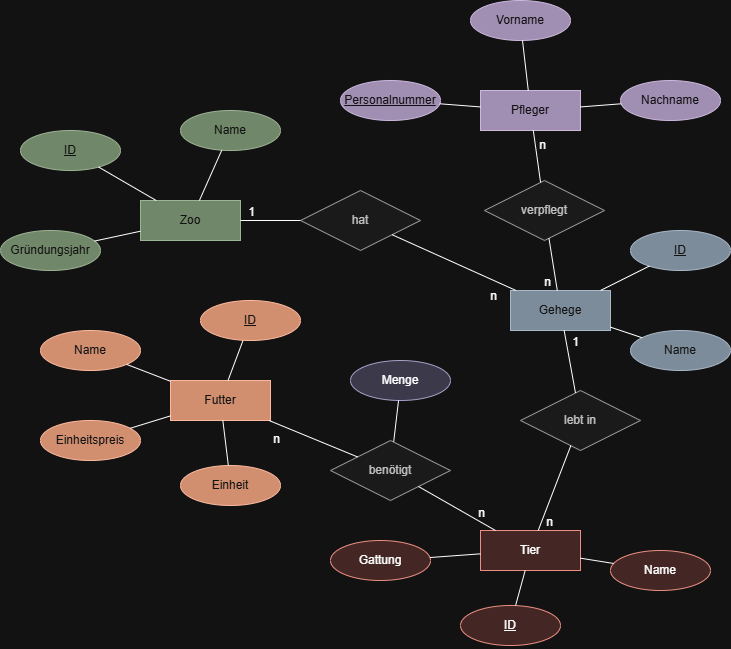
The draw.io diagram src/SabrinaFeurstein/aufgaben/Zoo/Teil 5 (ER-Diagramm)/Zoo_ER-Diagramm.png in zewas-digital/appdevhb25, before a commit. Source tidied: cells renumbered, new cells last; positions are measured from the earlier drawing's top-left corner, leaving out a move shared by most shapes.
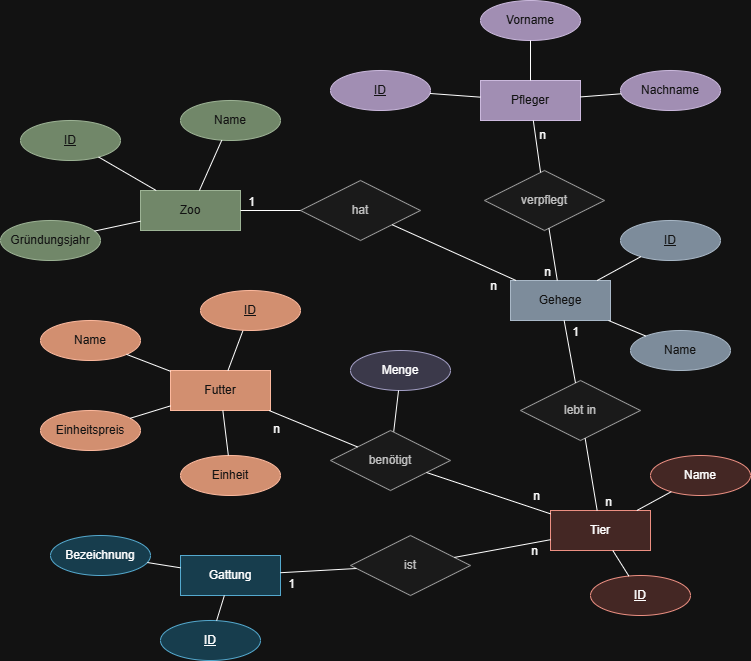
The same diagram one commit later.

Commit message:
Zoo: Gattungs-Tabelle wieder hinzugefügt

What changed in the source:
```diff
@@ -6,7 +6,7 @@
       <mxGeometry x="140" y="200" width="100" height="40" as="geometry" />
     </mxCell>
     <mxCell id="3" value="Tier" style="whiteSpace=wrap;html=1;align=center;fillColor=#fad9d5;strokeColor=#ae4132;" parent="1" vertex="1">
-      <mxGeometry x="480" y="530" width="100" height="40" as="geometry" />
+      <mxGeometry x="550" y="520" width="100" height="40" as="geometry" />
     </mxCell>
     <mxCell id="4" value="Pfleger" style="whiteSpace=wrap;html=1;align=center;fillColor=#76608a;fontColor=#ffffff;strokeColor=#432D57;" parent="1" vertex="1">
       <mxGeometry x="480" y="90" width="100" height="40" as="geometry" />
@@ -17,14 +17,20 @@
     <mxCell id="6" value="Gehege" style="whiteSpace=wrap;html=1;align=center;fillColor=#647687;strokeColor=#314354;fontColor=#ffffff;" parent="1" vertex="1">
       <mxGeometry x="510" y="290" width="100" height="40" as="geometry" />
     </mxCell>
+    <mxCell id="34" value="Gattung" style="whiteSpace=wrap;html=1;align=center;fillColor=#b1ddf0;strokeColor=#10739e;" parent="1" vertex="1">
+      <mxGeometry x="180" y="565" width="100" height="40" as="geometry" />
+    </mxCell>
     <mxCell id="7" value="Name" style="ellipse;whiteSpace=wrap;html=1;align=center;fillColor=#fad9d5;strokeColor=#ae4132;" parent="1" vertex="1">
-      <mxGeometry x="610" y="550" width="100" height="40" as="geometry" />
+      <mxGeometry x="650" y="465" width="100" height="40" as="geometry" />
     </mxCell>
+    <mxCell id="61" value="Bezeichnung" style="ellipse;whiteSpace=wrap;html=1;align=center;fillColor=#b1ddf0;strokeColor=#10739e;" parent="1" vertex="1">
+      <mxGeometry x="50" y="545" width="100" height="40" as="geometry" />
+    </mxCell>
     <mxCell id="8" value="Name" style="ellipse;whiteSpace=wrap;html=1;align=center;fillColor=#647687;strokeColor=#314354;fontColor=#ffffff;" parent="1" vertex="1">
-      <mxGeometry x="630" y="330" width="100" height="40" as="geometry" />
+      <mxGeometry x="630" y="340" width="100" height="40" as="geometry" />
     </mxCell>
     <mxCell id="9" value="Vorname" style="ellipse;whiteSpace=wrap;html=1;align=center;fillColor=#76608a;fontColor=#ffffff;strokeColor=#432D57;" parent="1" vertex="1">
-      <mxGeometry x="470" width="100" height="40" as="geometry" />
+      <mxGeometry x="480" y="10" width="100" height="40" as="geometry" />
     </mxCell>
     <mxCell id="10" value="Gründungsjahr" style="ellipse;whiteSpace=wrap;html=1;align=center;fillColor=#6d8764;fontColor=#ffffff;strokeColor=#3A5431;" parent="1" vertex="1">
       <mxGeometry y="230" width="100" height="40" as="geometry" />
@@ -33,16 +39,16 @@
       <mxGeometry x="180" y="110" width="100" height="40" as="geometry" />
     </mxCell>
     <mxCell id="12" value="ID" style="ellipse;whiteSpace=wrap;html=1;align=center;fontStyle=4;fillColor=#fad9d5;strokeColor=#ae4132;" parent="1" vertex="1">
-      <mxGeometry x="460" y="605" width="100" height="40" as="geometry" />
+      <mxGeometry x="590" y="585" width="100" height="40" as="geometry" />
     </mxCell>
-    <mxCell id="13" style="edgeStyle=orthogonalEdgeStyle;rounded=0;orthogonalLoop=1;jettySize=auto;html=1;strokeColor=#FFFFFF;fontColor=#FFFFFF;" parent="1" edge="1">
-      <mxGeometry relative="1" as="geometry">
-        <mxPoint x="230" y="640" as="sourcePoint" />
-        <mxPoint x="230" y="605" as="targetPoint" />
-      </mxGeometry>
+    <mxCell id="13" style="edgeStyle=orthogonalEdgeStyle;rounded=0;jettySize=auto;html=1;strokeColor=#FFFFFF;fontColor=#FFFFFF;" parent="1" edge="1" source="62" target="34">
+      <mxGeometry relative="1" as="geometry" />
     </mxCell>
+    <mxCell id="62" value="ID" style="ellipse;whiteSpace=wrap;html=1;align=center;fontStyle=4;fillColor=#b1ddf0;strokeColor=#10739e;" parent="1" vertex="1">
+      <mxGeometry x="160" y="630" width="100" height="40" as="geometry" />
+    </mxCell>
-    <mxCell id="14" value="Personalnummer" style="ellipse;whiteSpace=wrap;html=1;align=center;fontStyle=4;fillColor=#76608a;fontColor=#ffffff;strokeColor=#432D57;" parent="1" vertex="1">
-      <mxGeometry x="340" y="80" width="100" height="40" as="geometry" />
+    <mxCell id="14" value="ID" style="ellipse;whiteSpace=wrap;html=1;align=center;fontStyle=4;fillColor=#76608a;fontColor=#ffffff;strokeColor=#432D57;" parent="1" vertex="1">
+      <mxGeometry x="330" y="80" width="100" height="40" as="geometry" />
     </mxCell>
     <mxCell id="15" value="ID" style="ellipse;whiteSpace=wrap;html=1;align=center;fontStyle=4;fillColor=#6d8764;fontColor=#ffffff;strokeColor=#3A5431;" parent="1" vertex="1">
       <mxGeometry x="20" y="130" width="100" height="40" as="geometry" />
@@ -50,6 +56,9 @@
     <mxCell id="16" value="lebt in" style="shape=rhombus;perimeter=rhombusPerimeter;whiteSpace=wrap;html=1;align=center;fillColor=#f5f5f5;strokeColor=#666666;fontColor=#333333;" parent="1" vertex="1">
       <mxGeometry x="520" y="390" width="120" height="60" as="geometry" />
     </mxCell>
+    <mxCell id="63" value="ist" style="shape=rhombus;perimeter=rhombusPerimeter;whiteSpace=wrap;html=1;align=center;fillColor=#f5f5f5;strokeColor=#666666;fontColor=#333333;" parent="1" vertex="1">
+      <mxGeometry x="350" y="545" width="120" height="60" as="geometry" />
+    </mxCell>
     <mxCell id="17" value="hat" style="shape=rhombus;perimeter=rhombusPerimeter;whiteSpace=wrap;html=1;align=center;fillColor=#f5f5f5;strokeColor=#666666;fontColor=#333333;" parent="1" vertex="1">
       <mxGeometry x="300" y="190" width="120" height="60" as="geometry" />
     </mxCell>
@@ -88,7 +97,7 @@
       <mxGeometry relative="1" as="geometry" />
     </mxCell>
     <mxCell id="28" value="ID" style="ellipse;whiteSpace=wrap;html=1;align=center;fontStyle=4;fillColor=#647687;strokeColor=#314354;fontColor=#ffffff;" parent="1" vertex="1">
-      <mxGeometry x="630" y="230" width="100" height="40" as="geometry" />
+      <mxGeometry x="620" y="230" width="100" height="40" as="geometry" />
     </mxCell>
     <mxCell id="29" style="endArrow=none;html=1;rounded=0;" parent="1" edge="1" source="6" target="28">
       <mxGeometry relative="1" as="geometry" />
@@ -109,18 +118,34 @@
         <mxPoint x="16" as="offset" />
       </mxGeometry>
     </mxCell>
-    <mxCell id="34" value="Gattung" style="ellipse;whiteSpace=wrap;html=1;align=center;fillColor=#fad9d5;strokeColor=#ae4132;" parent="1" vertex="1">
-      <mxGeometry x="330" y="540" width="100" height="40" as="geometry" />
-    </mxCell>
     <mxCell id="35" style="endArrow=none;html=1;rounded=0;" parent="1" edge="1" source="7" target="3">
       <mxGeometry relative="1" as="geometry" />
     </mxCell>
     <mxCell id="36" style="endArrow=none;html=1;rounded=0;" parent="1" edge="1" source="12" target="3">
       <mxGeometry relative="1" as="geometry" />
     </mxCell>
-    <mxCell id="37" style="endArrow=none;html=1;rounded=0;" parent="1" edge="1" source="34" target="3">
-      <mxGeometry relative="1" as="geometry" />
-    </mxCell>
+    <mxCell id="64" style="endArrow=none;html=1;rounded=0;" parent="1" edge="1" source="61" target="34">
+      <mxGeometry relative="1" as="geometry" />
+    </mxCell>
+    <mxCell id="65" style="endArrow=none;html=1;rounded=0;" parent="1" edge="1" source="34" target="62">
+      <mxGeometry relative="1" as="geometry" />
+    </mxCell>
+    <mxCell id="66" style="endArrow=none;html=1;rounded=0;" parent="1" edge="1" source="63" target="34">
+      <mxGeometry relative="1" as="geometry" />
+    </mxCell>
+    <mxCell id="67" value="1" style="html=1;whiteSpace=wrap;align=right;verticalAlign=bottom;" parent="66" vertex="1">
+      <mxGeometry x="1" relative="1" as="geometry">
+        <mxPoint x="16" y="20" as="offset" />
+      </mxGeometry>
+    </mxCell>
+    <mxCell id="68" style="endArrow=none;html=1;rounded=0;" parent="1" edge="1" source="63" target="3">
+      <mxGeometry relative="1" as="geometry" />
+    </mxCell>
+    <mxCell id="69" value="n" style="html=1;whiteSpace=wrap;align=right;verticalAlign=bottom;" parent="68" vertex="1">
+      <mxGeometry x="1" relative="1" as="geometry">
+        <mxPoint x="-11" y="20" as="offset" />
+      </mxGeometry>
+    </mxCell>
     <mxCell id="38" value="Einheit" style="ellipse;whiteSpace=wrap;html=1;align=center;fillColor=#a0522d;strokeColor=#6D1F00;fontColor=#ffffff;" parent="1" vertex="1">
       <mxGeometry x="180" y="465" width="100" height="40" as="geometry" />
     </mxCell>
@@ -181,11 +206,8 @@
         <mxPoint x="-9" y="-9" as="offset" />
       </mxGeometry>
     </mxCell>
-    <mxCell id="56" style="edgeStyle=orthogonalEdgeStyle;rounded=0;orthogonalLoop=1;jettySize=auto;html=1;exitX=0.5;exitY=1;exitDx=0;exitDy=0;strokeColor=#FFFFFF;fontColor=#FFFFFF;" parent="1" edge="1">
-      <mxGeometry relative="1" as="geometry">
-        <mxPoint x="90" y="585" as="sourcePoint" />
-        <mxPoint x="90" y="585" as="targetPoint" />
-      </mxGeometry>
+    <mxCell id="56" style="edgeStyle=orthogonalEdgeStyle;rounded=0;orthogonalLoop=1;jettySize=auto;html=1;exitX=0.5;exitY=1;exitDx=0;exitDy=0;strokeColor=#FFFFFF;fontColor=#FFFFFF;" parent="1" edge="1" source="61" target="61">
+      <mxGeometry relative="1" as="geometry" />
     </mxCell>
     <mxCell id="57" style="endArrow=none;html=1;rounded=0;" parent="1" edge="1" source="53" target="5">
       <mxGeometry relative="1" as="geometry" />
```
